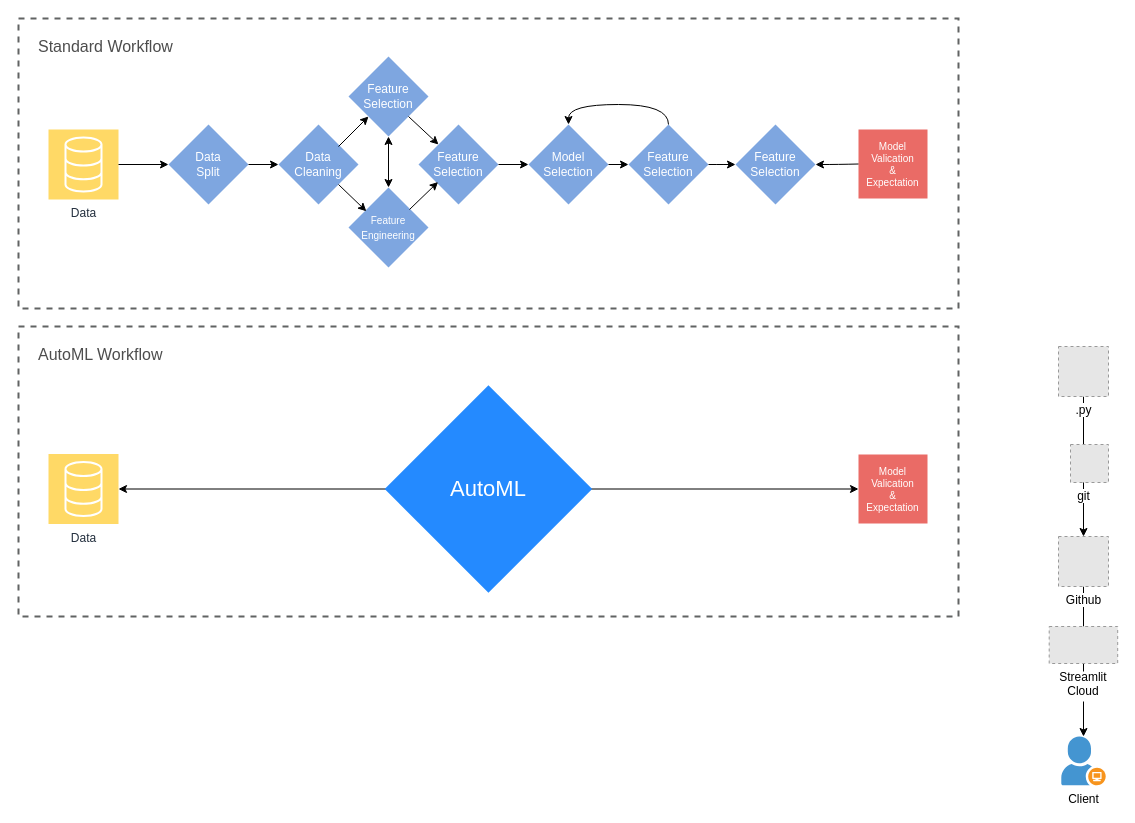
nyw123/moazone_final keeps this draw.io diagram as page "auto ml" (7 of 10) of diagram/diagram_minimal.drawio. Above is the earlier version. Source tidied: cells renumbered, new cells numbered last; positions are measured from the earlier drawing's top-left corner, leaving out a move shared by most shapes. Both pictures are drawn from the tidied source at 100%, with x=0, y=0 at pixel (18, 18). Pictures stored in the file or linked from it are replaced by grey dashed boxes.
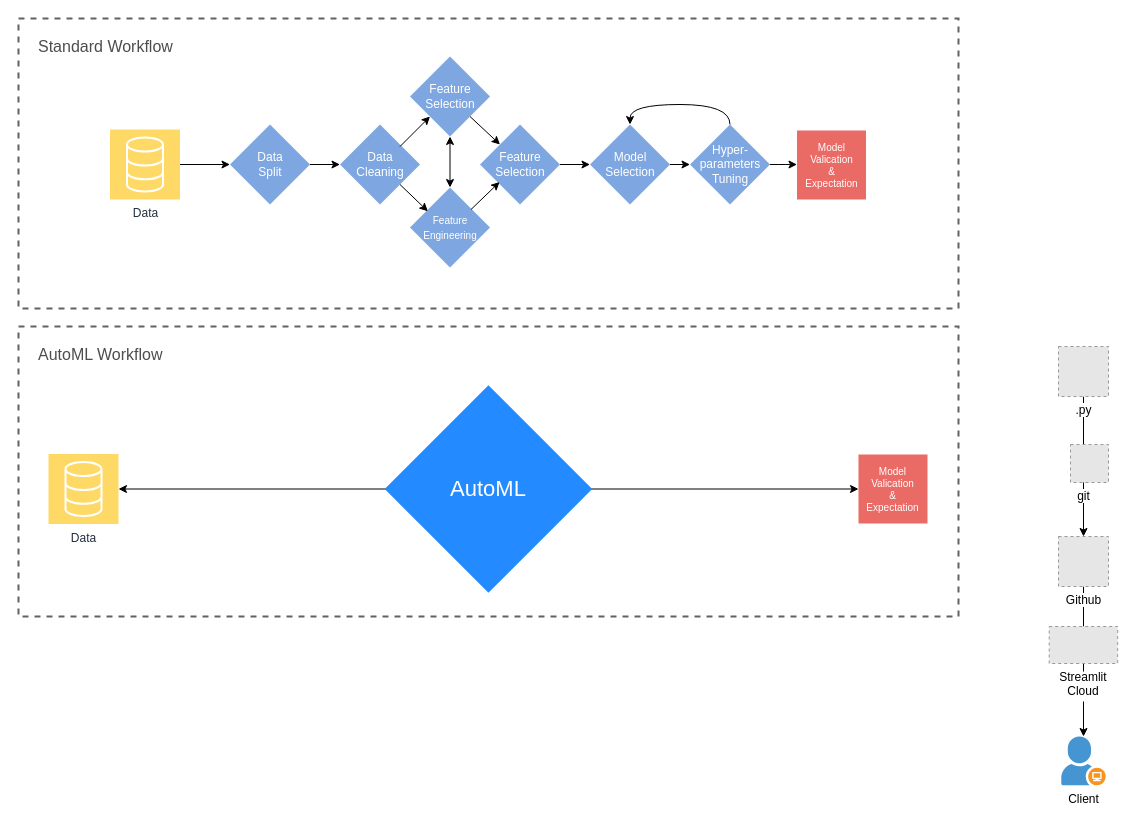
The same diagram, later.

Unchanged cells that the change refers to:
```xml
<mxCell id="6" style="group;" parent="1" vertex="1">
  <mxGeometry x="30" y="38" width="879" height="347.5" as="geometry" />
</mxCell>
```

Diff of the diagram source:
```diff
@@
     <mxCell id="7" value="Data" style="sketch=0;points=[[0,0,0],[0.25,0,0],[0.5,0,0],[0.75,0,0],[1,0,0],[0,1,0],[0.25,1,0],[0.5,1,0],[0.75,1,0],[1,1,0],[0,0.25,0],[0,0.5,0],[0,0.75,0],[1,0.25,0],[1,0.5,0],[1,0.75,0]];outlineConnect=0;fontColor=#232F3E;gradientColor=none;gradientDirection=north;fillColor=#FFD966;strokeColor=#ffffff;dashed=0;verticalLabelPosition=bottom;verticalAlign=top;align=center;html=1;fontSize=12;fontStyle=0;shape=mxgraph.aws4.resourceIcon;resIcon=mxgraph.aws4.database;labelBackgroundColor=none;fontFamily=Helvetica;" parent="6" vertex="1">
-      <mxGeometry y="73" width="70" height="70" as="geometry" />
+      <mxGeometry x="61.5" y="73" width="70" height="70" as="geometry" />
     </mxCell>
     <mxCell id="8" value="&lt;font color=&quot;#ffffff&quot;&gt;Data&lt;br&gt;Split&lt;/font&gt;" style="rhombus;whiteSpace=wrap;html=1;labelBackgroundColor=none;strokeColor=none;fontFamily=Helvetica;fontSize=12;fontColor=default;fillColor=#7EA6E0;gradientColor=none;" parent="6" vertex="1">
-      <mxGeometry x="120" y="68" width="80" height="80" as="geometry" />
+      <mxGeometry x="181.5" y="68" width="80" height="80" as="geometry" />
     </mxCell>
@@
     <mxCell id="10" value="&lt;font color=&quot;#ffffff&quot;&gt;Data&lt;br&gt;Cleaning&lt;/font&gt;" style="rhombus;whiteSpace=wrap;html=1;labelBackgroundColor=none;strokeColor=none;fontFamily=Helvetica;fontSize=12;fontColor=default;fillColor=#7EA6E0;gradientColor=none;" parent="6" vertex="1">
-      <mxGeometry x="230" y="68" width="80" height="80" as="geometry" />
+      <mxGeometry x="291.5" y="68" width="80" height="80" as="geometry" />
     </mxCell>
@@
     <mxCell id="12" value="&lt;font color=&quot;#ffffff&quot;&gt;Feature&lt;br&gt;Selection&lt;/font&gt;" style="rhombus;whiteSpace=wrap;html=1;labelBackgroundColor=none;strokeColor=none;fontFamily=Helvetica;fontSize=12;fontColor=default;fillColor=#7EA6E0;gradientColor=none;" parent="6" vertex="1">
-      <mxGeometry x="300" width="80" height="80" as="geometry" />
+      <mxGeometry x="361.5" width="80" height="80" as="geometry" />
     </mxCell>
     <mxCell id="13" style="endArrow=classic;html=1;rounded=0;fontFamily=Helvetica;fontSize=12;fontColor=#FFFFFF;" parent="6" edge="1">
       <mxGeometry relative="1" as="geometry">
-        <mxPoint x="290" y="90" as="sourcePoint" />
-        <mxPoint x="320" y="60" as="targetPoint" />
+        <mxPoint x="351.5" y="90" as="sourcePoint" />
+        <mxPoint x="381.5" y="60" as="targetPoint" />
       </mxGeometry>
     </mxCell>
     <mxCell id="14" value="&lt;font style=&quot;font-size: 10px;&quot; color=&quot;#ffffff&quot;&gt;Feature&lt;br&gt;Engineering&lt;/font&gt;" style="rhombus;whiteSpace=wrap;html=1;labelBackgroundColor=none;strokeColor=none;fontFamily=Helvetica;fontSize=12;fontColor=default;fillColor=#7EA6E0;gradientColor=none;" parent="6" vertex="1">
-      <mxGeometry x="300" y="131" width="80" height="80" as="geometry" />
+      <mxGeometry x="361.5" y="131" width="80" height="80" as="geometry" />
     </mxCell>
@@
     <mxCell id="16" style="endArrow=classic;html=1;rounded=0;fontFamily=Helvetica;fontSize=12;fontColor=#FFFFFF;entryX=0.223;entryY=0.297;entryDx=0;entryDy=0;entryPerimeter=0;" parent="6" edge="1" target="14">
       <mxGeometry relative="1" as="geometry">
-        <mxPoint x="290" y="128" as="sourcePoint" />
+        <mxPoint x="351.5" y="128" as="sourcePoint" />
       </mxGeometry>
     </mxCell>
     <mxCell id="17" value="&lt;font color=&quot;#ffffff&quot;&gt;Feature&lt;br&gt;Selection&lt;/font&gt;" style="rhombus;whiteSpace=wrap;html=1;labelBackgroundColor=none;strokeColor=none;fontFamily=Helvetica;fontSize=12;fontColor=default;fillColor=#7EA6E0;gradientColor=none;" parent="6" vertex="1">
-      <mxGeometry x="370" y="68" width="80" height="80" as="geometry" />
+      <mxGeometry x="431.5" y="68" width="80" height="80" as="geometry" />
     </mxCell>
     <mxCell id="18" style="endArrow=classic;html=1;rounded=0;fontFamily=Helvetica;fontSize=12;fontColor=#FFFFFF;entryX=0.244;entryY=0.719;entryDx=0;entryDy=0;entryPerimeter=0;" parent="6" edge="1" target="17">
       <mxGeometry relative="1" as="geometry">
-        <mxPoint x="361" y="153" as="sourcePoint" />
+        <mxPoint x="422.5" y="153" as="sourcePoint" />
       </mxGeometry>
     </mxCell>
     <mxCell id="19" style="endArrow=classic;html=1;rounded=0;fontFamily=Helvetica;fontSize=12;fontColor=#FFFFFF;entryX=0;entryY=0;entryDx=0;entryDy=0;" parent="6" edge="1" target="17">
       <mxGeometry relative="1" as="geometry">
-        <mxPoint x="360" y="60" as="sourcePoint" />
+        <mxPoint x="421.5" y="60" as="sourcePoint" />
       </mxGeometry>
     </mxCell>
     <mxCell id="20" value="&lt;font color=&quot;#ffffff&quot;&gt;Model&lt;br&gt;Selection&lt;br&gt;&lt;/font&gt;" style="rhombus;whiteSpace=wrap;html=1;labelBackgroundColor=none;strokeColor=none;fontFamily=Helvetica;fontSize=12;fontColor=default;fillColor=#7EA6E0;gradientColor=none;" parent="6" vertex="1">
-      <mxGeometry x="480" y="68" width="80" height="80" as="geometry" />
+      <mxGeometry x="541.5" y="68" width="80" height="80" as="geometry" />
     </mxCell>
@@
-    <mxCell id="22" value="&lt;font color=&quot;#ffffff&quot;&gt;Feature&lt;br&gt;Selection&lt;/font&gt;" style="rhombus;whiteSpace=wrap;html=1;labelBackgroundColor=none;strokeColor=none;fontFamily=Helvetica;fontSize=12;fontColor=default;fillColor=#7EA6E0;gradientColor=none;" parent="6" vertex="1">
-      <mxGeometry x="580" y="68" width="80" height="80" as="geometry" />
+    <mxCell id="22" value="&lt;font color=&quot;#ffffff&quot;&gt;Hyper-parameters&lt;br&gt;Tuning&lt;br&gt;&lt;/font&gt;" style="rhombus;whiteSpace=wrap;html=1;labelBackgroundColor=none;strokeColor=none;fontFamily=Helvetica;fontSize=12;fontColor=default;fillColor=#7EA6E0;gradientColor=none;" parent="6" vertex="1">
+      <mxGeometry x="641.5" y="68" width="80" height="80" as="geometry" />
     </mxCell>
@@
-    <mxCell id="25" value="&lt;font color=&quot;#ffffff&quot;&gt;Feature&lt;br&gt;Selection&lt;/font&gt;" style="rhombus;whiteSpace=wrap;html=1;labelBackgroundColor=none;strokeColor=none;fontFamily=Helvetica;fontSize=12;fontColor=default;fillColor=#7EA6E0;gradientColor=none;" parent="6" vertex="1">
-      <mxGeometry x="687" y="68" width="80" height="80" as="geometry" />
-    </mxCell>
-    <mxCell id="26" style="edgeStyle=orthogonalEdgeStyle;curved=1;jettySize=auto;html=1;entryX=0;entryY=0.5;entryDx=0;entryDy=0;fontFamily=Helvetica;fontSize=10;fontColor=#FFFFFF;startArrow=none;startFill=0;endArrow=classic;endFill=1;" parent="6" edge="1" source="22" target="25">
-      <mxGeometry relative="1" as="geometry" />
+    <mxCell id="26" style="edgeStyle=orthogonalEdgeStyle;curved=1;jettySize=auto;html=1;entryX=0;entryY=0.5;entryDx=0;entryDy=0;fontFamily=Helvetica;fontSize=10;fontColor=#FFFFFF;startArrow=none;startFill=0;endArrow=classic;endFill=1;" parent="6" edge="1" source="22">
+      <mxGeometry relative="1" as="geometry">
+        <mxPoint x="748.5" y="108" as="targetPoint" />
+      </mxGeometry>
     </mxCell>
     <mxCell id="27" value="Model&lt;br&gt;Valication&lt;br&gt;&amp;amp;&lt;br&gt;Expectation" style="whiteSpace=wrap;html=1;labelBackgroundColor=none;strokeColor=none;fontFamily=Helvetica;fontSize=10;fontColor=#FFFFFF;fillColor=#EA6B66;" parent="6" vertex="1">
-      <mxGeometry x="810" y="73" width="69" height="69" as="geometry" />
+      <mxGeometry x="748.5" y="74" width="69" height="69" as="geometry" />
     </mxCell>
-    <mxCell id="28" style="edgeStyle=orthogonalEdgeStyle;curved=1;jettySize=auto;html=1;entryX=0;entryY=0.5;entryDx=0;entryDy=0;fontFamily=Helvetica;fontSize=10;fontColor=#FFFFFF;startArrow=classic;startFill=1;endArrow=none;endFill=0;" parent="6" edge="1" source="25" target="27">
-      <mxGeometry relative="1" as="geometry" />
-    </mxCell>
```
